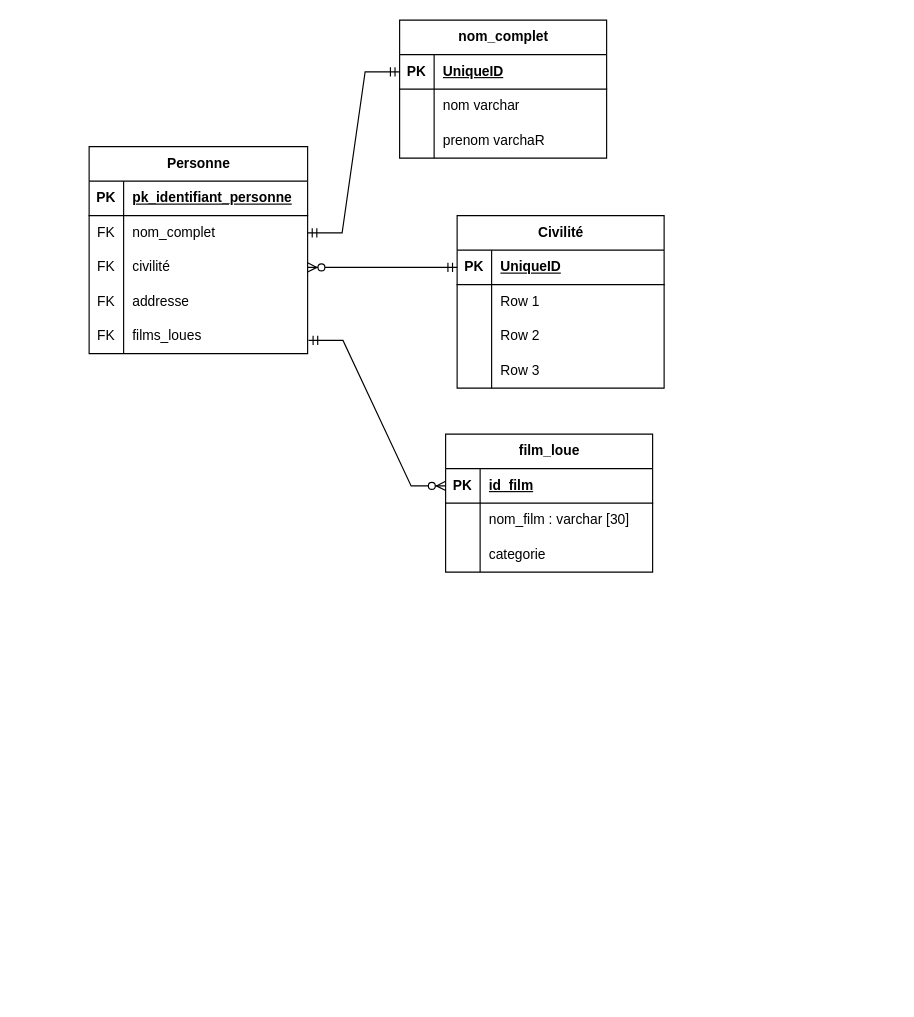
franck-code/tests keeps this draw.io diagram as Lab 1.drawio. Above is the earlier version. Source tidied: cells renumbered, new cells numbered last; positions are measured from the earlier drawing's top-left corner, leaving out a move shared by most shapes. Both pictures are drawn from the tidied source at 115%, with x=0, y=0 at pixel (89, -78).
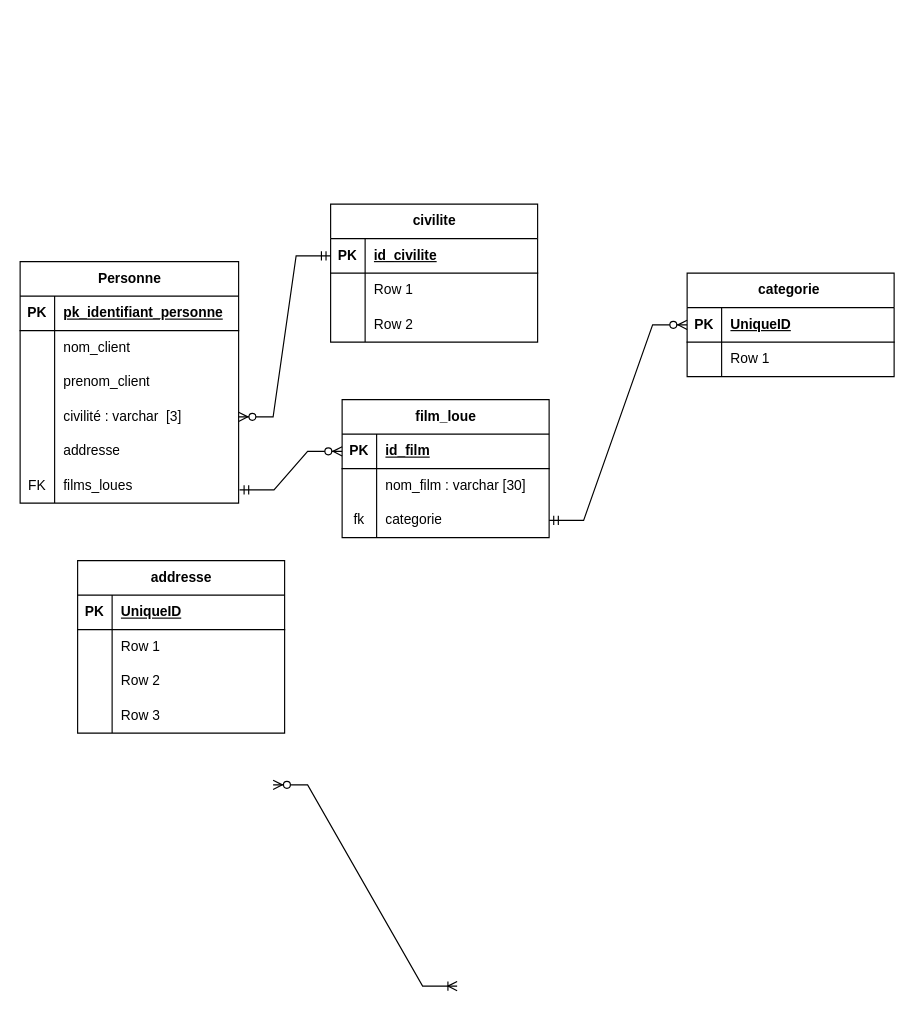
The same page after the edit.

Commit message:
Mettre à jour Lab 1.drawio

The change refers to these unchanged cells:
```xml
<mxCell id="3" style="shape=tableRow;horizontal=0;startSize=0;swimlaneHead=0;swimlaneBody=0;fillColor=none;points=[[0,0.5],[1,0.5]];portConstraint=eastwest;top=0;left=0;right=0;bottom=1;" parent="2" vertex="1">
  <mxGeometry y="30" width="180" height="30" as="geometry" />
</mxCell>
<mxCell id="23" style="shape=tableRow;horizontal=0;startSize=0;swimlaneHead=0;swimlaneBody=0;fillColor=none;points=[[0,0.5],[1,0.5]];portConstraint=eastwest;top=0;left=0;right=0;bottom=0;" parent="16" vertex="1">
  <mxGeometry y="90" width="180" height="30" as="geometry" />
</mxCell>
<mxCell id="30" style="shape=tableRow;horizontal=0;startSize=0;swimlaneHead=0;swimlaneBody=0;fillColor=none;points=[[0,0.5],[1,0.5]];portConstraint=eastwest;top=0;left=0;right=0;bottom=0;" parent="26" vertex="1">
  <mxGeometry y="60" width="190" height="30" as="geometry" />
</mxCell>
```

The edit, as a diff of the source:
```diff
@@
-    <mxCell id="2" value="Civilité" style="shape=table;startSize=30;childLayout=tableLayout;rowLines=0;fontStyle=1;align=center;html=1;" parent="1" vertex="1">
-      <mxGeometry x="320" y="255" width="180" height="150" as="geometry" />
+    <mxCell id="2" value="civilite" style="shape=table;startSize=30;childLayout=tableLayout;rowLines=0;fontStyle=1;align=center;html=1;" parent="1" vertex="1">
+      <mxGeometry x="210" y="245" width="180" height="120" as="geometry" />
     </mxCell>
@@
-    <mxCell id="5" value="UniqueID" style="shape=partialRectangle;fillColor=none;top=0;left=0;bottom=0;right=0;align=left;spacingLeft=6;fontStyle=5;overflow=hidden;whiteSpace=wrap;html=1;" parent="3" vertex="1">
+    <mxCell id="5" value="id_civilite" style="shape=partialRectangle;fillColor=none;top=0;left=0;bottom=0;right=0;align=left;spacingLeft=6;fontStyle=5;overflow=hidden;whiteSpace=wrap;html=1;" parent="3" vertex="1">
       <mxGeometry x="30" width="150" height="30" as="geometry" />
     </mxCell>
@@
-    <mxCell id="12" style="shape=tableRow;horizontal=0;startSize=0;swimlaneHead=0;swimlaneBody=0;fillColor=none;top=0;left=0;right=0;bottom=0;" parent="2" vertex="1">
-      <mxGeometry y="120" width="180" height="30" as="geometry" />
-    </mxCell>
-    <mxCell id="13" style="shape=partialRectangle;fillColor=none;top=0;left=0;bottom=0;right=0;overflow=hidden;whiteSpace=wrap;html=1;" parent="12" vertex="1">
-      <mxGeometry width="30" height="30" as="geometry" />
-    </mxCell>
-    <mxCell id="14" value="Row 3" style="shape=partialRectangle;fillColor=none;top=0;left=0;bottom=0;right=0;align=left;spacingLeft=6;overflow=hidden;whiteSpace=wrap;html=1;" parent="12" vertex="1">
-      <mxGeometry x="30" width="150" height="30" as="geometry" />
-    </mxCell>
@@
     <mxCell id="16" value="film_loue" style="shape=table;startSize=30;childLayout=tableLayout;rowLines=0;fontStyle=1;align=center;html=1;" parent="1" vertex="1">
-      <mxGeometry x="310" y="445" width="180" height="120" as="geometry" />
+      <mxGeometry x="220" y="415" width="180" height="120" as="geometry" />
     </mxCell>
@@
-    <mxCell id="24" style="shape=partialRectangle;fillColor=none;top=0;left=0;bottom=0;right=0;overflow=hidden;whiteSpace=wrap;html=1;" parent="23" vertex="1">
+    <mxCell id="24" value="fk" style="shape=partialRectangle;fillColor=none;top=0;left=0;bottom=0;right=0;overflow=hidden;whiteSpace=wrap;html=1;" parent="23" vertex="1">
       <mxGeometry width="30" height="30" as="geometry" />
     </mxCell>
@@
     <mxCell id="26" value="Personne" style="shape=table;startSize=30;childLayout=tableLayout;rowLines=0;fontStyle=1;align=center;html=1;" parent="1" vertex="1">
-      <mxGeometry y="195" width="190" height="180" as="geometry" />
+      <mxGeometry x="-60" y="295" width="190" height="210" as="geometry" />
     </mxCell>
@@
-    <mxCell id="31" value="FK" style="shape=partialRectangle;fillColor=none;top=0;left=0;bottom=0;right=0;overflow=hidden;whiteSpace=wrap;html=1;" parent="30" vertex="1">
+    <mxCell id="31" style="shape=partialRectangle;fillColor=none;top=0;left=0;bottom=0;right=0;overflow=hidden;whiteSpace=wrap;html=1;" parent="30" vertex="1">
       <mxGeometry width="30" height="30" as="geometry" />
     </mxCell>
-    <mxCell id="32" value="nom_complet" style="shape=partialRectangle;fillColor=none;top=0;left=0;bottom=0;right=0;align=left;spacingLeft=6;overflow=hidden;whiteSpace=wrap;html=1;" parent="30" vertex="1">
+    <mxCell id="32" value="nom_client" style="shape=partialRectangle;fillColor=none;top=0;left=0;bottom=0;right=0;align=left;spacingLeft=6;overflow=hidden;whiteSpace=wrap;html=1;" parent="30" vertex="1">
       <mxGeometry x="30" width="160" height="30" as="geometry" />
     </mxCell>
+    <mxCell id="54" style="shape=tableRow;horizontal=0;startSize=0;swimlaneHead=0;swimlaneBody=0;fillColor=none;top=0;left=0;right=0;bottom=0;" parent="26" vertex="1">
+      <mxGeometry y="90" width="190" height="30" as="geometry" />
+    </mxCell>
+    <mxCell id="55" style="shape=partialRectangle;fillColor=none;top=0;left=0;bottom=0;right=0;overflow=hidden;whiteSpace=wrap;html=1;" parent="54" vertex="1">
+      <mxGeometry width="30" height="30" as="geometry" />
+    </mxCell>
+    <mxCell id="56" value="prenom_client" style="shape=partialRectangle;fillColor=none;top=0;left=0;bottom=0;right=0;align=left;spacingLeft=6;overflow=hidden;whiteSpace=wrap;html=1;" parent="54" vertex="1">
+      <mxGeometry x="30" width="160" height="30" as="geometry" />
+    </mxCell>
     <mxCell id="33" style="shape=tableRow;horizontal=0;startSize=0;swimlaneHead=0;swimlaneBody=0;fillColor=none;points=[[0,0.5],[1,0.5]];portConstraint=eastwest;top=0;left=0;right=0;bottom=0;" parent="26" vertex="1">
-      <mxGeometry y="90" width="190" height="30" as="geometry" />
+      <mxGeometry y="120" width="190" height="30" as="geometry" />
     </mxCell>
-    <mxCell id="34" value="FK" style="shape=partialRectangle;fillColor=none;top=0;left=0;bottom=0;right=0;overflow=hidden;whiteSpace=wrap;html=1;" parent="33" vertex="1">
+    <mxCell id="34" style="shape=partialRectangle;fillColor=none;top=0;left=0;bottom=0;right=0;overflow=hidden;whiteSpace=wrap;html=1;" parent="33" vertex="1">
       <mxGeometry width="30" height="30" as="geometry" />
     </mxCell>
-    <mxCell id="35" value="civilité" style="shape=partialRectangle;fillColor=none;top=0;left=0;bottom=0;right=0;align=left;spacingLeft=6;overflow=hidden;whiteSpace=wrap;html=1;" parent="33" vertex="1">
+    <mxCell id="35" value="civilité : varchar&amp;nbsp; [3]" style="shape=partialRectangle;fillColor=none;top=0;left=0;bottom=0;right=0;align=left;spacingLeft=6;overflow=hidden;whiteSpace=wrap;html=1;" parent="33" vertex="1">
       <mxGeometry x="30" width="160" height="30" as="geometry" />
     </mxCell>
     <mxCell id="36" style="shape=tableRow;horizontal=0;startSize=0;swimlaneHead=0;swimlaneBody=0;fillColor=none;top=0;left=0;right=0;bottom=0;" parent="26" vertex="1">
-      <mxGeometry y="120" width="190" height="30" as="geometry" />
+      <mxGeometry y="150" width="190" height="30" as="geometry" />
     </mxCell>
-    <mxCell id="37" value="FK" style="shape=partialRectangle;fillColor=none;top=0;left=0;bottom=0;right=0;overflow=hidden;whiteSpace=wrap;html=1;" parent="36" vertex="1">
+    <mxCell id="37" style="shape=partialRectangle;fillColor=none;top=0;left=0;bottom=0;right=0;overflow=hidden;whiteSpace=wrap;html=1;" parent="36" vertex="1">
       <mxGeometry width="30" height="30" as="geometry" />
     </mxCell>
@@
     <mxCell id="39" style="shape=tableRow;horizontal=0;startSize=0;swimlaneHead=0;swimlaneBody=0;fillColor=none;points=[[0,0.5],[1,0.5]];portConstraint=eastwest;top=0;left=0;right=0;bottom=0;" parent="26" vertex="1">
-      <mxGeometry y="150" width="190" height="30" as="geometry" />
+      <mxGeometry y="180" width="190" height="30" as="geometry" />
     </mxCell>
@@
-    <mxCell id="43" value="nom_complet" style="shape=table;startSize=30;childLayout=tableLayout;rowLines=0;fontStyle=1;align=center;html=1;" parent="1" vertex="1">
-      <mxGeometry x="270" y="85" width="180" height="120" as="geometry" />
-    </mxCell>
-    <mxCell id="44" style="shape=tableRow;horizontal=0;startSize=0;swimlaneHead=0;swimlaneBody=0;fillColor=none;points=[[0,0.5],[1,0.5]];portConstraint=eastwest;top=0;left=0;right=0;bottom=1;" parent="43" vertex="1">
-      <mxGeometry y="30" width="180" height="30" as="geometry" />
-    </mxCell>
-    <mxCell id="45" value="PK" style="shape=partialRectangle;fillColor=none;top=0;left=0;bottom=0;right=0;fontStyle=1;overflow=hidden;whiteSpace=wrap;html=1;" parent="44" vertex="1">
-      <mxGeometry width="30" height="30" as="geometry" />
-    </mxCell>
-    <mxCell id="46" value="UniqueID" style="shape=partialRectangle;fillColor=none;top=0;left=0;bottom=0;right=0;align=left;spacingLeft=6;fontStyle=5;overflow=hidden;whiteSpace=wrap;html=1;" parent="44" vertex="1">
-      <mxGeometry x="30" width="150" height="30" as="geometry" />
-    </mxCell>
-    <mxCell id="47" style="shape=tableRow;horizontal=0;startSize=0;swimlaneHead=0;swimlaneBody=0;fillColor=none;top=0;left=0;right=0;bottom=0;" parent="43" vertex="1">
-      <mxGeometry y="60" width="180" height="30" as="geometry" />
-    </mxCell>
-    <mxCell id="48" style="shape=partialRectangle;fillColor=none;top=0;left=0;bottom=0;right=0;overflow=hidden;whiteSpace=wrap;html=1;" parent="47" vertex="1">
-      <mxGeometry width="30" height="30" as="geometry" />
-    </mxCell>
-    <mxCell id="49" value="nom varchar" style="shape=partialRectangle;fillColor=none;top=0;left=0;bottom=0;right=0;align=left;spacingLeft=6;overflow=hidden;whiteSpace=wrap;html=1;" parent="47" vertex="1">
-      <mxGeometry x="30" width="150" height="30" as="geometry" />
-    </mxCell>
+    <mxCell id="57" style="edgeStyle=entityRelationEdgeStyle;fontSize=12;html=1;endArrow=ERoneToMany;startArrow=ERzeroToMany;rounded=0;entryX=0;entryY=0.5;entryDx=0;entryDy=0;exitX=1;exitY=0.5;exitDx=0;exitDy=0;" parent="1" edge="1">
+      <mxGeometry relative="1" as="geometry">
+        <mxPoint x="160" y="750" as="sourcePoint" />
+        <mxPoint x="320" y="925" as="targetPoint" />
+      </mxGeometry>
+    </mxCell>
+    <mxCell id="58" value="categorie&amp;nbsp;" style="shape=table;startSize=30;childLayout=tableLayout;rowLines=0;fontStyle=1;align=center;html=1;" parent="1" vertex="1">
+      <mxGeometry x="520" y="305" width="180" height="90" as="geometry" />
+    </mxCell>
+    <mxCell id="59" style="shape=tableRow;horizontal=0;startSize=0;swimlaneHead=0;swimlaneBody=0;fillColor=none;points=[[0,0.5],[1,0.5]];portConstraint=eastwest;top=0;left=0;right=0;bottom=1;" parent="58" vertex="1">
+      <mxGeometry y="30" width="180" height="30" as="geometry" />
+    </mxCell>
+    <mxCell id="60" value="PK" style="shape=partialRectangle;fillColor=none;top=0;left=0;bottom=0;right=0;fontStyle=1;overflow=hidden;whiteSpace=wrap;html=1;" parent="59" vertex="1">
+      <mxGeometry width="30" height="30" as="geometry" />
+    </mxCell>
+    <mxCell id="61" value="UniqueID" style="shape=partialRectangle;fillColor=none;top=0;left=0;bottom=0;right=0;align=left;spacingLeft=6;fontStyle=5;overflow=hidden;whiteSpace=wrap;html=1;" parent="59" vertex="1">
+      <mxGeometry x="30" width="150" height="30" as="geometry" />
+    </mxCell>
+    <mxCell id="62" style="shape=tableRow;horizontal=0;startSize=0;swimlaneHead=0;swimlaneBody=0;fillColor=none;top=0;left=0;right=0;bottom=0;" parent="58" vertex="1">
+      <mxGeometry y="60" width="180" height="30" as="geometry" />
+    </mxCell>
+    <mxCell id="63" style="shape=partialRectangle;fillColor=none;top=0;left=0;bottom=0;right=0;overflow=hidden;whiteSpace=wrap;html=1;" parent="62" vertex="1">
+      <mxGeometry width="30" height="30" as="geometry" />
+    </mxCell>
+    <mxCell id="64" value="Row 1" style="shape=partialRectangle;fillColor=none;top=0;left=0;bottom=0;right=0;align=left;spacingLeft=6;overflow=hidden;whiteSpace=wrap;html=1;" parent="62" vertex="1">
+      <mxGeometry x="30" width="150" height="30" as="geometry" />
+    </mxCell>
+    <mxCell id="65" style="edgeStyle=entityRelationEdgeStyle;fontSize=12;html=1;endArrow=ERzeroToMany;startArrow=ERmandOne;rounded=0;entryX=0;entryY=0.5;entryDx=0;entryDy=0;exitX=1;exitY=0.5;exitDx=0;exitDy=0;" parent="1" edge="1" source="23" target="59">
+      <mxGeometry relative="1" as="geometry" />
+    </mxCell>
+    <mxCell id="66" value="addresse" style="shape=table;startSize=30;childLayout=tableLayout;rowLines=0;fontStyle=1;align=center;html=1;" parent="1" vertex="1">
+      <mxGeometry x="-10" y="555" width="180" height="150" as="geometry" />
+    </mxCell>
+    <mxCell id="67" style="shape=tableRow;horizontal=0;startSize=0;swimlaneHead=0;swimlaneBody=0;fillColor=none;top=0;left=0;right=0;bottom=1;" parent="66" vertex="1">
+      <mxGeometry y="30" width="180" height="30" as="geometry" />
+    </mxCell>
+    <mxCell id="68" value="PK" style="shape=partialRectangle;fillColor=none;top=0;left=0;bottom=0;right=0;fontStyle=1;overflow=hidden;whiteSpace=wrap;html=1;" parent="67" vertex="1">
+      <mxGeometry width="30" height="30" as="geometry" />
+    </mxCell>
+    <mxCell id="69" value="UniqueID" style="shape=partialRectangle;fillColor=none;top=0;left=0;bottom=0;right=0;align=left;spacingLeft=6;fontStyle=5;overflow=hidden;whiteSpace=wrap;html=1;" parent="67" vertex="1">
+      <mxGeometry x="30" width="150" height="30" as="geometry" />
+    </mxCell>
+    <mxCell id="70" style="shape=tableRow;horizontal=0;startSize=0;swimlaneHead=0;swimlaneBody=0;fillColor=none;top=0;left=0;right=0;bottom=0;" parent="66" vertex="1">
+      <mxGeometry y="60" width="180" height="30" as="geometry" />
+    </mxCell>
+    <mxCell id="71" style="shape=partialRectangle;fillColor=none;top=0;left=0;bottom=0;right=0;overflow=hidden;whiteSpace=wrap;html=1;" parent="70" vertex="1">
+      <mxGeometry width="30" height="30" as="geometry" />
+    </mxCell>
+    <mxCell id="72" value="Row 1" style="shape=partialRectangle;fillColor=none;top=0;left=0;bottom=0;right=0;align=left;spacingLeft=6;overflow=hidden;whiteSpace=wrap;html=1;" parent="70" vertex="1">
+      <mxGeometry x="30" width="150" height="30" as="geometry" />
+    </mxCell>
-    <mxCell id="50" style="shape=tableRow;horizontal=0;startSize=0;swimlaneHead=0;swimlaneBody=0;fillColor=none;top=0;left=0;right=0;bottom=0;" parent="43" vertex="1">
+    <mxCell id="50" style="shape=tableRow;horizontal=0;startSize=0;swimlaneHead=0;swimlaneBody=0;fillColor=none;top=0;left=0;right=0;bottom=0;" parent="66" vertex="1">
       <mxGeometry y="90" width="180" height="30" as="geometry" />
     </mxCell>
-    <mxCell id="51" style="shape=partialRectangle;fillColor=none;top=0;left=0;bottom=0;right=0;overflow=hidden;whiteSpace=wrap;html=1;" parent="50" vertex="1">
-      <mxGeometry width="30" height="30" as="geometry" />
-    </mxCell>
-    <mxCell id="52" value="prenom varchaR" style="shape=partialRectangle;fillColor=none;top=0;left=0;bottom=0;right=0;align=left;spacingLeft=6;overflow=hidden;whiteSpace=wrap;html=1;" parent="50" vertex="1">
-      <mxGeometry x="30" width="150" height="30" as="geometry" />
-    </mxCell>
-    <mxCell id="53" style="edgeStyle=entityRelationEdgeStyle;fontSize=12;html=1;endArrow=ERmandOne;startArrow=ERmandOne;rounded=0;entryX=0;entryY=0.5;entryDx=0;entryDy=0;exitX=1;exitY=0.5;exitDx=0;exitDy=0;" parent="1" edge="1" source="30" target="44">
-      <mxGeometry relative="1" as="geometry">
-        <Array as="points">
-          <mxPoint x="240" y="87" />
-          <mxPoint x="210" y="170" />
-          <mxPoint x="210" y="60" />
-          <mxPoint x="220" />
-        </Array>
-      </mxGeometry>
-    </mxCell>
+    <mxCell id="73" style="shape=partialRectangle;fillColor=none;top=0;left=0;bottom=0;right=0;overflow=hidden;whiteSpace=wrap;html=1;" parent="50" vertex="1">
+      <mxGeometry width="30" height="30" as="geometry" />
+    </mxCell>
+    <mxCell id="74" value="Row 2" style="shape=partialRectangle;fillColor=none;top=0;left=0;bottom=0;right=0;align=left;spacingLeft=6;overflow=hidden;whiteSpace=wrap;html=1;" parent="50" vertex="1">
+      <mxGeometry x="30" width="150" height="30" as="geometry" />
+    </mxCell>
+    <mxCell id="12" style="shape=tableRow;horizontal=0;startSize=0;swimlaneHead=0;swimlaneBody=0;fillColor=none;top=0;left=0;right=0;bottom=0;" parent="66" vertex="1">
+      <mxGeometry y="120" width="180" height="30" as="geometry" />
+    </mxCell>
+    <mxCell id="75" style="shape=partialRectangle;fillColor=none;top=0;left=0;bottom=0;right=0;overflow=hidden;whiteSpace=wrap;html=1;" parent="12" vertex="1">
+      <mxGeometry width="30" height="30" as="geometry" />
+    </mxCell>
+    <mxCell id="14" value="Row 3" style="shape=partialRectangle;fillColor=none;top=0;left=0;bottom=0;right=0;align=left;spacingLeft=6;overflow=hidden;whiteSpace=wrap;html=1;" parent="12" vertex="1">
+      <mxGeometry x="30" width="150" height="30" as="geometry" />
+    </mxCell>
```
